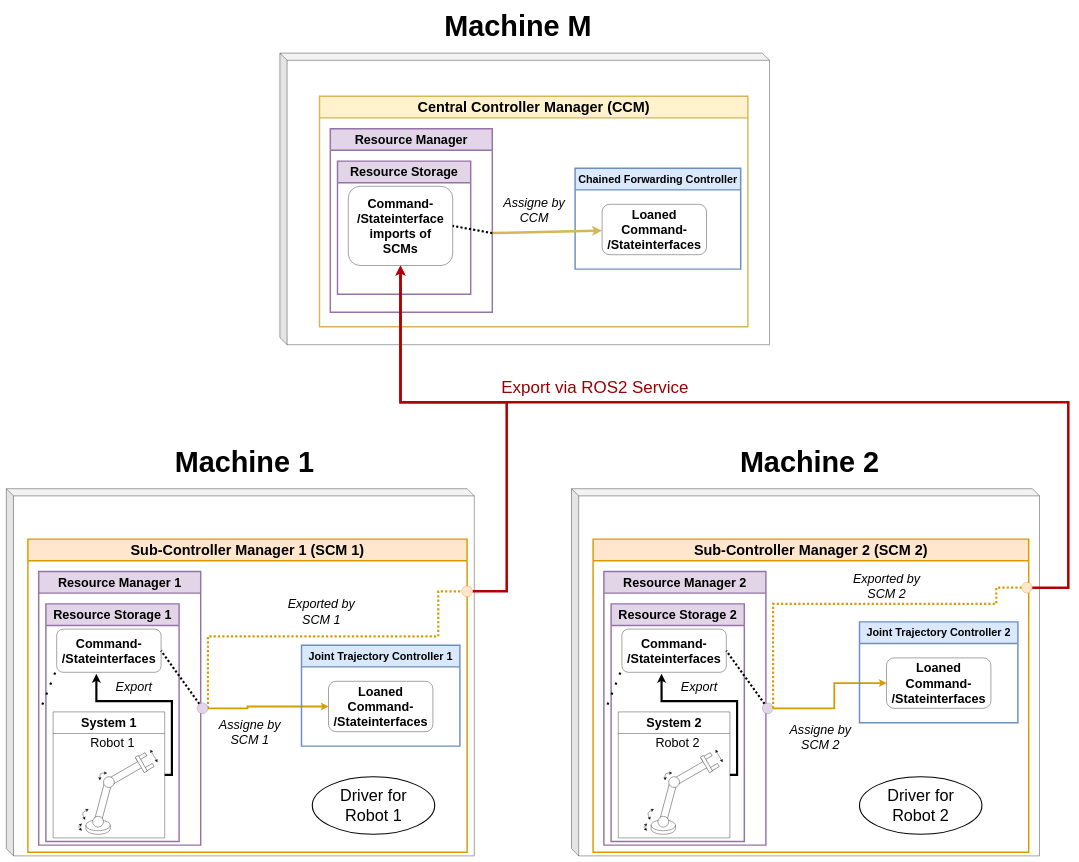
Before: Figures/c6/test_scenario_2.drawio in mamueluth/master_arbeit, a draw.io diagram. Source tidied: cells renumbered, new cells numbered last; positions are measured from the earlier drawing's top-left corner, leaving out a move shared by most shapes. Both pictures are drawn from the tidied source at 36%, with x=0, y=0 at pixel (6, 6).
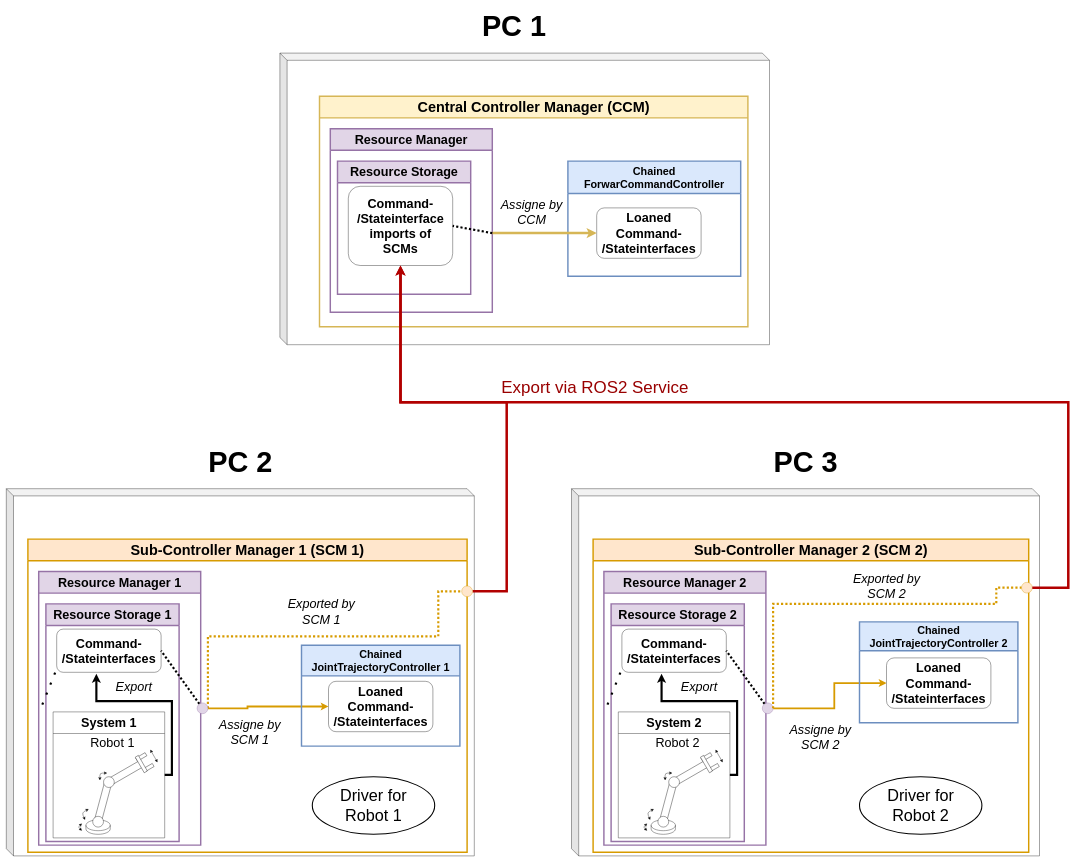
After the change.

Unchanged cells that the change refers to:
```xml
<mxCell id="9" value="&lt;font style=&quot;font-size: 40px;&quot;&gt;Sub-Controller Manager 1 (SCM 1)&lt;br&gt;&lt;/font&gt;" style="swimlane;whiteSpace=wrap;html=1;startSize=60;strokeWidth=4;fillColor=#ffe6cc;strokeColor=#d79b00;" parent="1" vertex="1">
  <mxGeometry x="60" y="1480" width="1220" height="870" as="geometry" />
</mxCell>
<mxCell id="34" value="&lt;font style=&quot;font-size: 40px;&quot;&gt;Central Controller Manager (CCM)&lt;br&gt;&lt;/font&gt;" style="swimlane;whiteSpace=wrap;html=1;startSize=60;strokeWidth=4;fillColor=#fff2cc;strokeColor=#d6b656;" parent="1" vertex="1">
  <mxGeometry x="870" y="250" width="1190" height="640" as="geometry" />
</mxCell>
<mxCell id="52" value="&lt;font style=&quot;font-size: 40px;&quot;&gt;Sub-Controller Manager 2 (SCM 2)&lt;br&gt;&lt;/font&gt;" style="swimlane;whiteSpace=wrap;html=1;startSize=60;strokeWidth=4;fillColor=#ffe6cc;strokeColor=#d79b00;" parent="1" vertex="1">
  <mxGeometry x="1630" y="1480" width="1210" height="870" as="geometry" />
</mxCell>
```

Diff of the diagram source:
```diff
@@
-    <mxCell id="10" value="&lt;font style=&quot;font-size: 30px;&quot;&gt;Joint Trajectory Controller 1&lt;br&gt;&lt;/font&gt;" style="swimlane;whiteSpace=wrap;html=1;startSize=60;strokeWidth=4;fillColor=#dae8fc;strokeColor=#6c8ebf;" parent="9" vertex="1">
+    <mxCell id="10" value="&lt;font style=&quot;font-size: 30px;&quot;&gt;Chained JointTrajectoryController 1&lt;br&gt;&lt;/font&gt;" style="swimlane;whiteSpace=wrap;html=1;startSize=85;strokeWidth=4;fillColor=#dae8fc;strokeColor=#6c8ebf;" parent="9" vertex="1">
       <mxGeometry x="760" y="295" width="440" height="280" as="geometry" />
     </mxCell>
@@
-    <mxCell id="35" value="&lt;font style=&quot;font-size: 30px;&quot;&gt;Chained Forwarding Controller&lt;br&gt;&lt;/font&gt;" style="swimlane;whiteSpace=wrap;html=1;startSize=60;strokeWidth=4;fillColor=#dae8fc;strokeColor=#6c8ebf;" parent="34" vertex="1">
-      <mxGeometry x="710" y="200" width="460" height="280" as="geometry" />
+    <mxCell id="35" value="&lt;font style=&quot;font-size: 30px;&quot;&gt;Chained ForwarCommandController&lt;br&gt;&lt;/font&gt;" style="swimlane;whiteSpace=wrap;html=1;startSize=90;strokeWidth=4;fillColor=#dae8fc;strokeColor=#6c8ebf;" parent="34" vertex="1">
+      <mxGeometry x="690" y="180" width="480" height="320" as="geometry" />
     </mxCell>
     <mxCell id="36" value="&lt;div&gt;&lt;b&gt;&lt;font style=&quot;font-size: 35px;&quot;&gt;Loaned Command-&lt;/font&gt;&lt;/b&gt;&lt;/div&gt;&lt;div&gt;&lt;b&gt;&lt;font style=&quot;font-size: 35px;&quot;&gt;/Stateinterfaces&lt;/font&gt;&lt;/b&gt;&lt;/div&gt;" style="rounded=1;whiteSpace=wrap;html=1;" parent="35" vertex="1">
-      <mxGeometry x="75" y="100" width="290" height="140" as="geometry" />
+      <mxGeometry x="80" y="130" width="290" height="140" as="geometry" />
     </mxCell>
@@
-    <mxCell id="42" value="&lt;b&gt;&lt;font style=&quot;font-size: 80px;&quot;&gt;&amp;nbsp;Machine 1&lt;br&gt;&lt;/font&gt;&lt;/b&gt;" style="text;html=1;align=center;verticalAlign=middle;strokeColor=none;fillColor=none;" parent="1" vertex="1">
-      <mxGeometry x="435" y="1210" width="430" height="110" as="geometry" />
+    <mxCell id="42" value="&lt;b&gt;&lt;font style=&quot;font-size: 80px;&quot;&gt;PC 2&lt;br&gt;&lt;/font&gt;&lt;/b&gt;" style="text;html=1;align=center;verticalAlign=middle;strokeColor=none;fillColor=none;" parent="1" vertex="1">
+      <mxGeometry x="550" y="1210" width="200" height="110" as="geometry" />
     </mxCell>
-    <mxCell id="43" value="&lt;b&gt;&lt;font style=&quot;font-size: 80px;&quot;&gt;&amp;nbsp;Machine 2&lt;br&gt;&lt;/font&gt;&lt;/b&gt;" style="text;html=1;align=center;verticalAlign=middle;strokeColor=none;fillColor=none;" parent="1" vertex="1">
-      <mxGeometry x="2005" y="1210" width="430" height="110" as="geometry" />
+    <mxCell id="43" value="&lt;b&gt;&lt;font style=&quot;font-size: 80px;&quot;&gt;PC 3&lt;br&gt;&lt;/font&gt;&lt;/b&gt;" style="text;html=1;align=center;verticalAlign=middle;strokeColor=none;fillColor=none;" parent="1" vertex="1">
+      <mxGeometry x="2120" y="1210" width="200" height="110" as="geometry" />
     </mxCell>
-    <mxCell id="44" value="&lt;b&gt;&lt;font style=&quot;font-size: 80px;&quot;&gt;&amp;nbsp;Machine M&lt;br&gt;&lt;/font&gt;&lt;/b&gt;" style="text;html=1;align=center;verticalAlign=middle;strokeColor=none;fillColor=none;" parent="1" vertex="1">
-      <mxGeometry x="1185" width="450" height="110" as="geometry" />
+    <mxCell id="44" value="&lt;b&gt;&lt;font style=&quot;font-size: 80px;&quot;&gt;PC 1&lt;br&gt;&lt;/font&gt;&lt;/b&gt;" style="text;html=1;align=center;verticalAlign=middle;strokeColor=none;fillColor=none;" parent="1" vertex="1">
+      <mxGeometry x="1310" width="200" height="110" as="geometry" />
     </mxCell>
@@
-    <mxCell id="53" value="&lt;font style=&quot;font-size: 30px;&quot;&gt;Joint Trajectory Controller 2&lt;br&gt;&lt;/font&gt;" style="swimlane;whiteSpace=wrap;html=1;startSize=60;strokeWidth=4;fillColor=#dae8fc;strokeColor=#6c8ebf;" parent="52" vertex="1">
+    <mxCell id="53" value="&lt;font style=&quot;font-size: 30px;&quot;&gt;Chained JointTrajectoryController 2&lt;br&gt;&lt;/font&gt;" style="swimlane;whiteSpace=wrap;html=1;startSize=80;strokeWidth=4;fillColor=#dae8fc;strokeColor=#6c8ebf;" parent="52" vertex="1">
       <mxGeometry x="740" y="230" width="440" height="280" as="geometry" />
     </mxCell>
```
